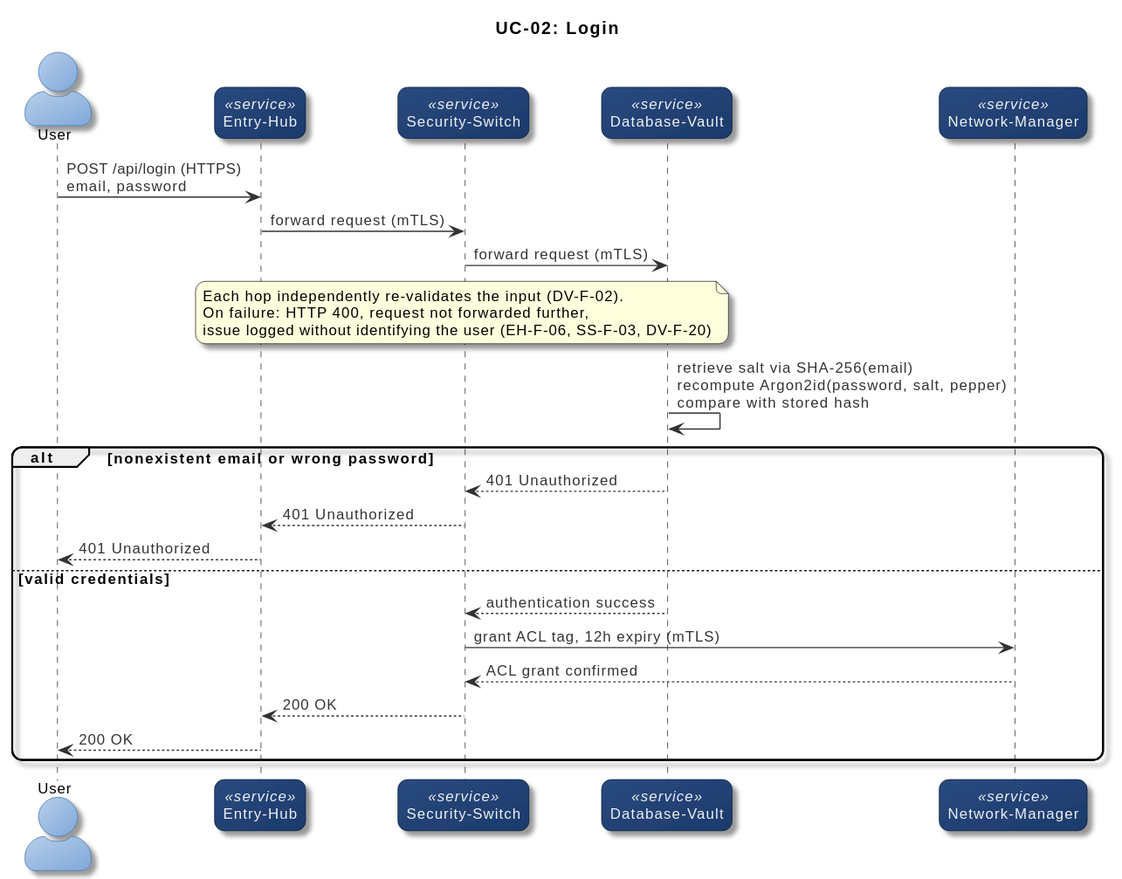
Verryx-02/RAM-USB keeps this PlantUML diagram as docs/design/diagrams/rendered/04-usecases-sequence-uc02-login.svg. Above is the earlier version. Source of this version:
```plantuml
@startuml
!include _style.puml

title UC-02: Login

actor User
participant "Entry-Hub" as EH <<service>>
participant "Security-Switch" as SS <<service>>
participant "Database-Vault" as DV <<service>>
participant "Network-Manager" as NM <<service>>

User -> EH : POST /api/login (HTTPS)\nemail, password
EH -> SS : forward request (mTLS)
SS -> DV : forward request (mTLS)

note over EH, DV
  Each hop independently re-validates the input (DV-F-02).
  On failure: HTTP 400, request not forwarded further,
  issue logged without identifying the user (EH-F-06, SS-F-03, DV-F-20)
end note

DV -> DV : retrieve salt via SHA-256(email)\nrecompute Argon2id(password, salt, pepper)\ncompare with stored hash

alt nonexistent email or wrong password
  DV --> SS : 401 Unauthorized
  SS --> EH : 401 Unauthorized
  EH --> User : 401 Unauthorized
else valid credentials
  DV --> SS : authentication success
  SS -> NM : grant ACL tag, 12h expiry (mTLS)
  NM --> SS : ACL grant confirmed
  SS --> EH : 200 OK
  EH --> User : 200 OK
end
@enduml
```
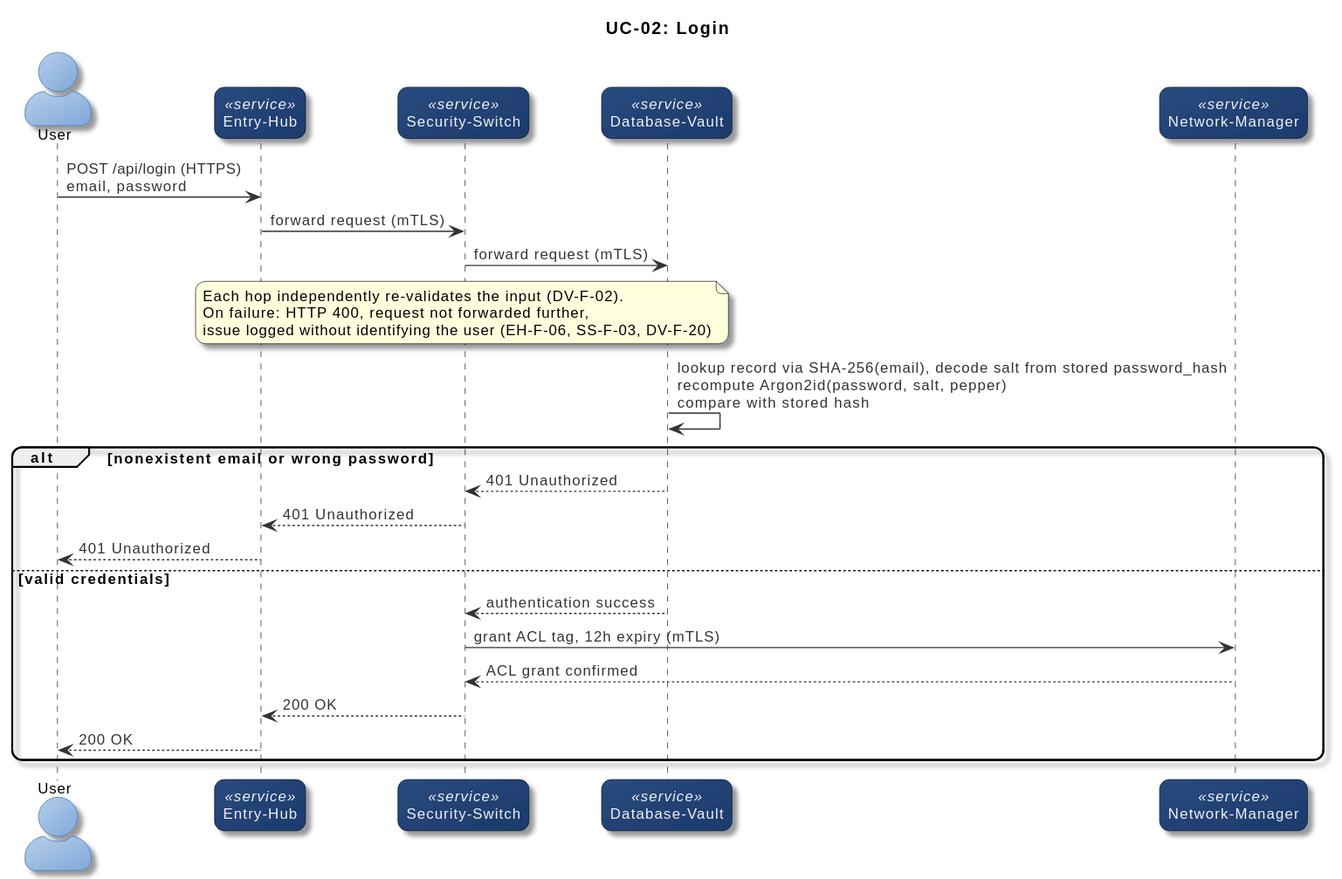
The same diagram one commit later.

Commit message:
docs(database-vault): remove the separate password-salt field, storing it inside the Argon2id PHC string (DV-F-07, DV-F-13)

What changed in the source:
```diff
@@ -19,7 +19,7 @@
   issue logged without identifying the user (EH-F-06, SS-F-03, DV-F-20)
 end note
 
-DV -> DV : retrieve salt via SHA-256(email)\nrecompute Argon2id(password, salt, pepper)\ncompare with stored hash
+DV -> DV : lookup record via SHA-256(email), decode salt from stored password_hash\nrecompute Argon2id(password, salt, pepper)\ncompare with stored hash
 
 alt nonexistent email or wrong password
   DV --> SS : 401 Unauthorized
```
